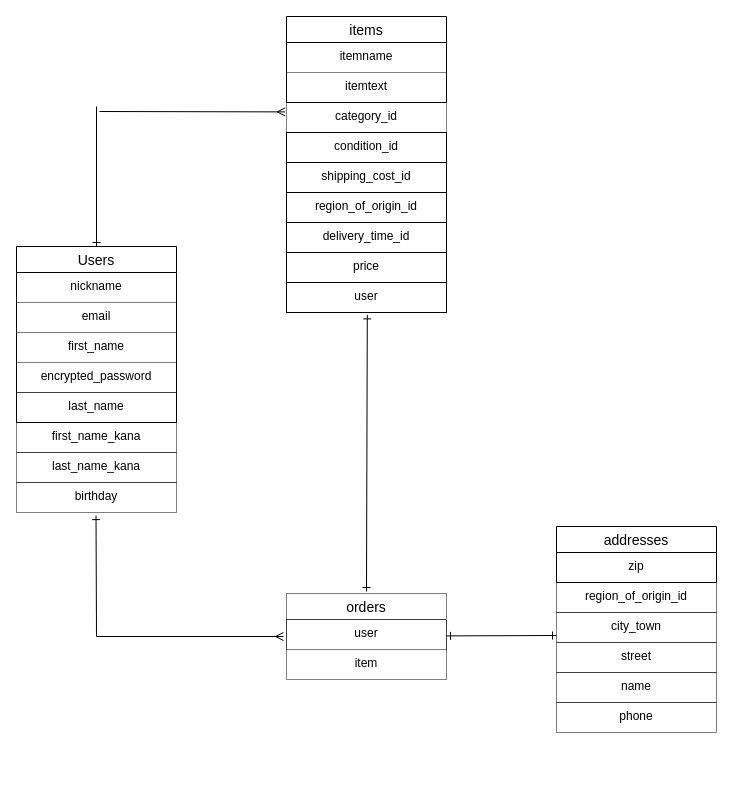
Above: er.dio in henataso/furima-41635 (draw.io), before the change. Source tidied: cells renumbered, new cells numbered last; positions are measured from the earlier drawing's top-left corner, leaving out a move shared by most shapes. Both pictures are drawn from the tidied source at 100%, with x=0, y=0 at pixel (16, 16).
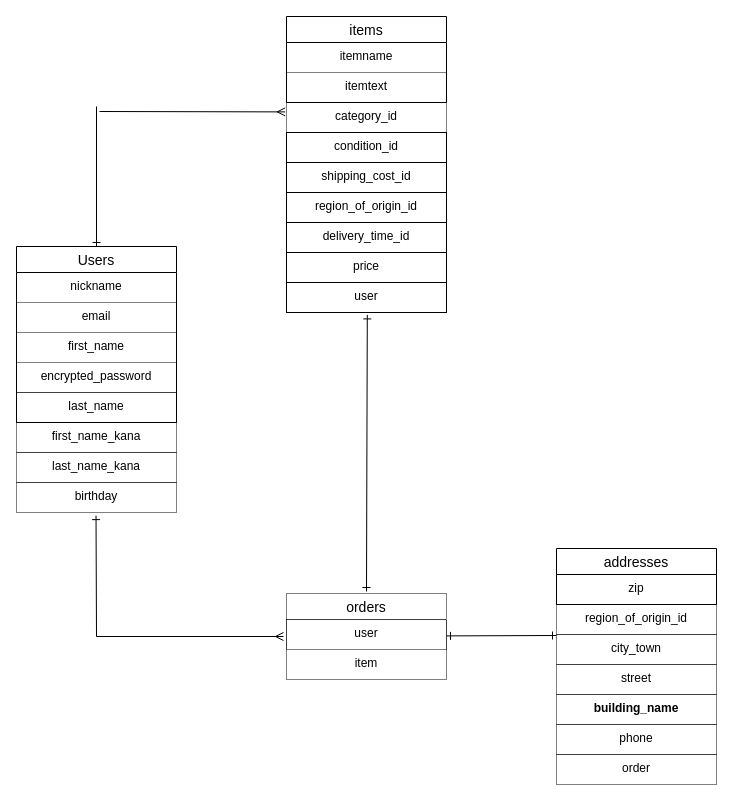
The same page after the edit.

Commit message (it also covers changes not shown here):
データベース設計修正５

Change to the diagram source:
```diff
@@
     <mxCell id="5" value="addresses" style="swimlane;fontStyle=0;horizontal=1;startSize=26;align=center;fontSize=14;" parent="1" vertex="1">
-      <mxGeometry x="540" y="510" width="160" height="56" as="geometry" />
+      <mxGeometry x="540" y="532" width="160" height="56" as="geometry" />
     </mxCell>
@@
     <mxCell id="26" value="region_of_origin_id" style="text;strokeColor=default;fillColor=none;spacingLeft=4;spacingRight=4;overflow=hidden;fontSize=12;align=center;dashed=1;dashPattern=1 1;" parent="1" vertex="1">
-      <mxGeometry x="540" y="566" width="160" height="30" as="geometry" />
+      <mxGeometry x="540" y="588" width="160" height="30" as="geometry" />
     </mxCell>
     <mxCell id="27" value="city_town" style="text;strokeColor=default;fillColor=none;spacingLeft=4;spacingRight=4;overflow=hidden;fontSize=12;align=center;dashed=1;dashPattern=1 1;" parent="1" vertex="1">
-      <mxGeometry x="540" y="596" width="160" height="30" as="geometry" />
+      <mxGeometry x="540" y="618" width="160" height="30" as="geometry" />
     </mxCell>
     <mxCell id="28" value="street" style="text;strokeColor=default;fillColor=none;spacingLeft=4;spacingRight=4;overflow=hidden;fontSize=12;align=center;dashed=1;dashPattern=1 1;" parent="1" vertex="1">
-      <mxGeometry x="540" y="626" width="160" height="30" as="geometry" />
+      <mxGeometry x="540" y="648" width="160" height="30" as="geometry" />
     </mxCell>
-    <mxCell id="29" value="name&#10;" style="text;strokeColor=default;fillColor=none;spacingLeft=4;spacingRight=4;overflow=hidden;fontSize=12;align=center;dashed=1;dashPattern=1 1;" parent="1" vertex="1">
-      <mxGeometry x="540" y="656" width="160" height="30" as="geometry" />
-    </mxCell>
     <mxCell id="30" value="phone" style="text;strokeColor=default;fillColor=none;spacingLeft=4;spacingRight=4;overflow=hidden;fontSize=12;align=center;dashed=1;dashPattern=1 1;" parent="1" vertex="1">
-      <mxGeometry x="540" y="686" width="160" height="30" as="geometry" />
+      <mxGeometry x="540" y="708" width="160" height="30" as="geometry" />
     </mxCell>
@@
+    <mxCell id="37" value="building_name" style="text;strokeColor=default;fillColor=none;spacingLeft=4;spacingRight=4;overflow=hidden;fontSize=12;align=center;dashed=1;dashPattern=1 1;fontStyle=1;" parent="1" vertex="1">
+      <mxGeometry x="540" y="678" width="160" height="30" as="geometry" />
+    </mxCell>
+    <mxCell id="38" value="order" style="text;strokeColor=default;fillColor=none;spacingLeft=4;spacingRight=4;overflow=hidden;fontSize=12;align=center;dashed=1;dashPattern=1 1;" parent="1" vertex="1">
+      <mxGeometry x="540" y="738" width="160" height="30" as="geometry" />
+    </mxCell>
```
